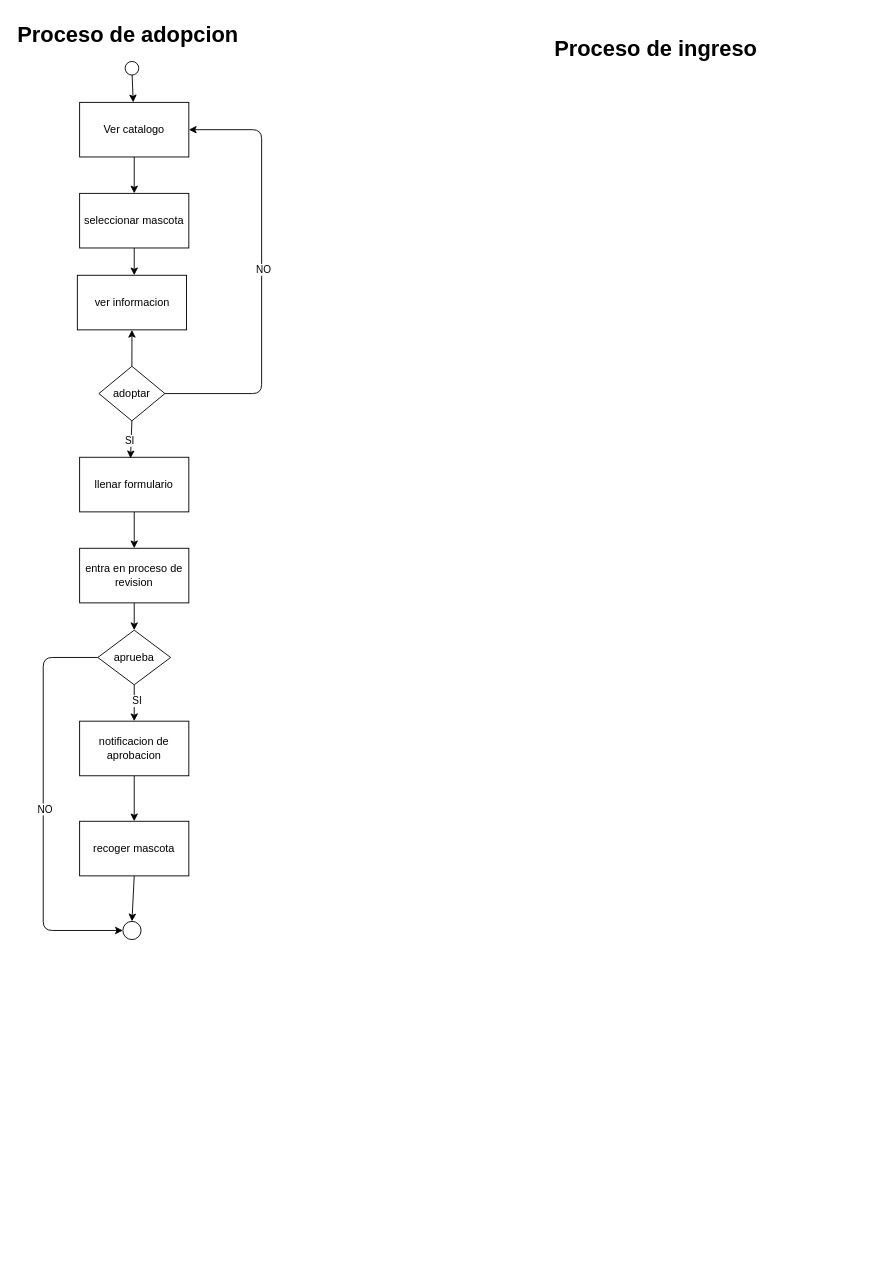
Earlier version of the draw.io diagram refugio-app/src/data/Diagram.drawio (Viktor1712/SegundoProyectoRequerimientosDeSoftware). Source tidied: cells renumbered, new cells numbered last; positions are measured from the earlier drawing's top-left corner, leaving out a move shared by most shapes. Both pictures are drawn from the tidied source at 91%, with x=0, y=0 at pixel (15, 15).
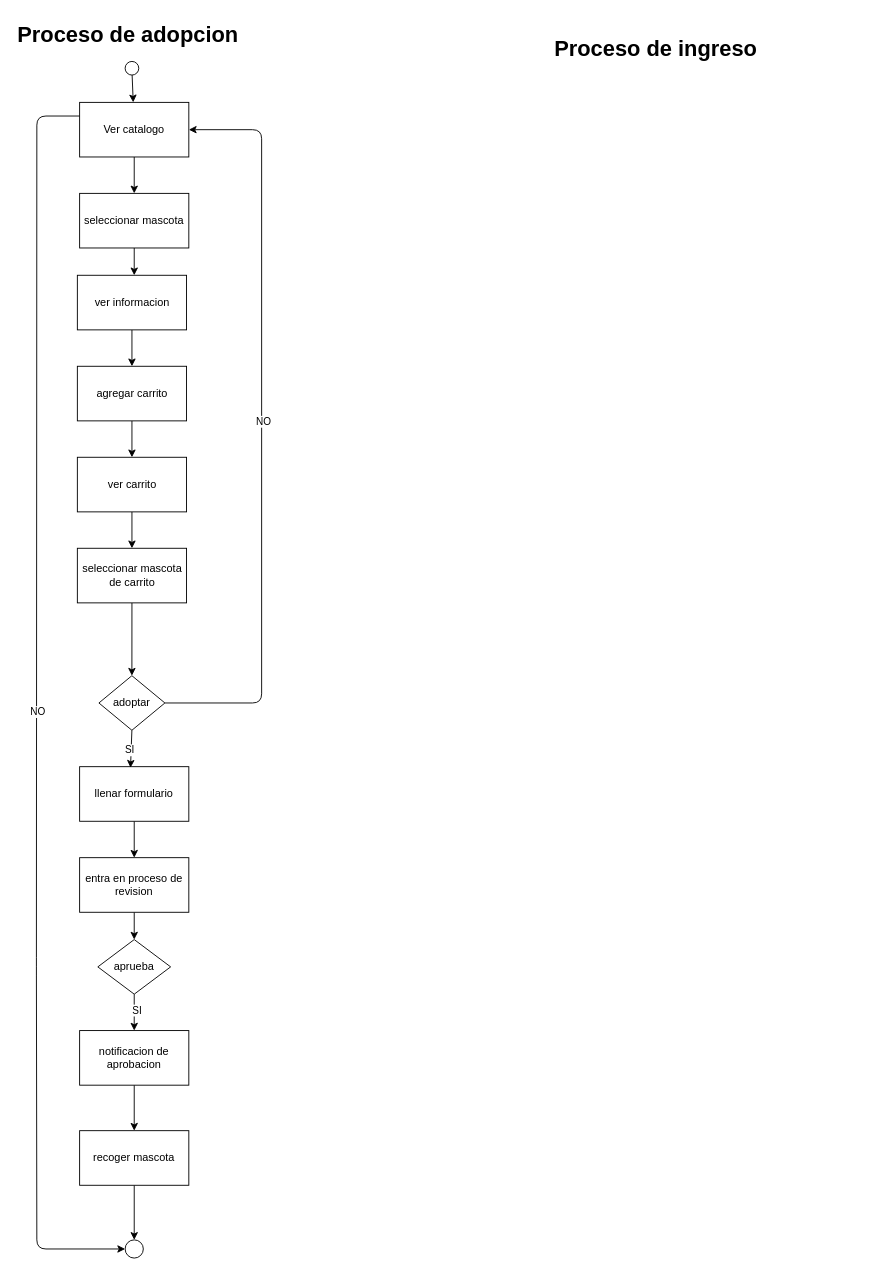
The same page after the edit.

Unchanged cells that the change refers to:
```xml
<mxCell id="7" value="Ver catalogo" style="rounded=0;whiteSpace=wrap;html=1;" parent="1" vertex="1">
  <mxGeometry x="70" y="95" width="120" height="60" as="geometry" />
</mxCell>
<mxCell id="10" value="ver informacion" style="rounded=0;whiteSpace=wrap;html=1;" parent="1" vertex="1">
  <mxGeometry x="67.5" y="285" width="120" height="60" as="geometry" />
</mxCell>
```

Change to the diagram source:
```diff
@@
+    <mxCell id="31" style="edgeStyle=none;html=1;exitX=0.5;exitY=1;exitDx=0;exitDy=0;entryX=0.5;entryY=0;entryDx=0;entryDy=0;" parent="1" edge="1" source="10" target="33">
+      <mxGeometry relative="1" as="geometry" />
+    </mxCell>
@@
     <mxCell id="12" value="llenar formulario" style="rounded=0;whiteSpace=wrap;html=1;" parent="1" vertex="1">
-      <mxGeometry x="70" y="485" width="120" height="60" as="geometry" />
+      <mxGeometry x="70" y="825" width="120" height="60" as="geometry" />
     </mxCell>
-    <mxCell id="13" style="edgeStyle=none;html=1;exitX=0.5;exitY=0;exitDx=0;exitDy=0;entryX=0.5;entryY=1;entryDx=0;entryDy=0;" parent="1" edge="1" source="16" target="10">
-      <mxGeometry relative="1" as="geometry" />
-    </mxCell>
     <mxCell id="14" style="edgeStyle=none;html=1;exitX=1;exitY=0.5;exitDx=0;exitDy=0;entryX=1;entryY=0.5;entryDx=0;entryDy=0;" parent="1" edge="1" source="16" target="7">
       <mxGeometry relative="1" as="geometry">
         <Array as="points">
-          <mxPoint x="270" y="415" />
+          <mxPoint x="270" y="755" />
           <mxPoint x="270" y="125" />
         </Array>
       </mxGeometry>
     </mxCell>
@@
     <mxCell id="16" value="adoptar" style="rhombus;whiteSpace=wrap;html=1;" parent="1" vertex="1">
-      <mxGeometry x="91.2" y="385" width="72.5" height="60" as="geometry" />
+      <mxGeometry x="91.2" y="725" width="72.5" height="60" as="geometry" />
     </mxCell>
@@
     <mxCell id="20" value="entra en proceso de revision" style="rounded=0;whiteSpace=wrap;html=1;" parent="1" vertex="1">
-      <mxGeometry x="70" y="585" width="120" height="60" as="geometry" />
+      <mxGeometry x="70" y="925" width="120" height="60" as="geometry" />
     </mxCell>
@@
-    <mxCell id="23" style="edgeStyle=none;html=1;exitX=0;exitY=0.5;exitDx=0;exitDy=0;entryX=0;entryY=0.5;entryDx=0;entryDy=0;" parent="1" edge="1" source="25" target="30">
+    <mxCell id="23" style="edgeStyle=none;html=1;exitX=0;exitY=0.25;exitDx=0;exitDy=0;entryX=0;entryY=0.5;entryDx=0;entryDy=0;" parent="1" edge="1" source="7" target="30">
       <mxGeometry relative="1" as="geometry">
         <Array as="points">
-          <mxPoint x="30" y="705" />
-          <mxPoint x="30" y="1005" />
+          <mxPoint x="23" y="110" />
+          <mxPoint x="22.5" y="1045" />
+          <mxPoint x="23" y="1355" />
         </Array>
       </mxGeometry>
     </mxCell>
@@
     <mxCell id="25" value="aprueba" style="rhombus;whiteSpace=wrap;html=1;" parent="1" vertex="1">
-      <mxGeometry x="90" y="675" width="80" height="60" as="geometry" />
+      <mxGeometry x="90" y="1015" width="80" height="60" as="geometry" />
     </mxCell>
@@
     <mxCell id="27" value="notificacion de aprobacion" style="rounded=0;whiteSpace=wrap;html=1;" parent="1" vertex="1">
-      <mxGeometry x="70" y="775" width="120" height="60" as="geometry" />
+      <mxGeometry x="70" y="1115" width="120" height="60" as="geometry" />
     </mxCell>
@@
     <mxCell id="29" value="recoger mascota" style="rounded=0;whiteSpace=wrap;html=1;" parent="1" vertex="1">
-      <mxGeometry x="70" y="885" width="120" height="60" as="geometry" />
+      <mxGeometry x="70" y="1225" width="120" height="60" as="geometry" />
     </mxCell>
     <mxCell id="30" style="ellipse;whiteSpace=wrap;html=1;" parent="1" vertex="1">
-      <mxGeometry x="117.5" y="995" width="20" height="20" as="geometry" />
+      <mxGeometry x="120" y="1345" width="20" height="20" as="geometry" />
     </mxCell>
+    <mxCell id="32" style="edgeStyle=none;html=1;exitX=0.5;exitY=1;exitDx=0;exitDy=0;entryX=0.5;entryY=0;entryDx=0;entryDy=0;" parent="1" edge="1" source="33" target="35">
+      <mxGeometry relative="1" as="geometry" />
+    </mxCell>
+    <mxCell id="33" value="agregar carrito" style="rounded=0;whiteSpace=wrap;html=1;" parent="1" vertex="1">
+      <mxGeometry x="67.5" y="385" width="120" height="60" as="geometry" />
+    </mxCell>
+    <mxCell id="34" style="edgeStyle=none;html=1;exitX=0.5;exitY=1;exitDx=0;exitDy=0;entryX=0.5;entryY=0;entryDx=0;entryDy=0;" parent="1" edge="1" source="35" target="37">
+      <mxGeometry relative="1" as="geometry" />
+    </mxCell>
+    <mxCell id="35" value="ver carrito" style="rounded=0;whiteSpace=wrap;html=1;" parent="1" vertex="1">
+      <mxGeometry x="67.5" y="485" width="120" height="60" as="geometry" />
+    </mxCell>
+    <mxCell id="36" style="edgeStyle=none;html=1;exitX=0.5;exitY=1;exitDx=0;exitDy=0;entryX=0.5;entryY=0;entryDx=0;entryDy=0;" parent="1" edge="1" source="37" target="16">
+      <mxGeometry relative="1" as="geometry" />
+    </mxCell>
+    <mxCell id="37" value="seleccionar mascota de carrito" style="rounded=0;whiteSpace=wrap;html=1;" parent="1" vertex="1">
+      <mxGeometry x="67.5" y="585" width="120" height="60" as="geometry" />
+    </mxCell>
```
